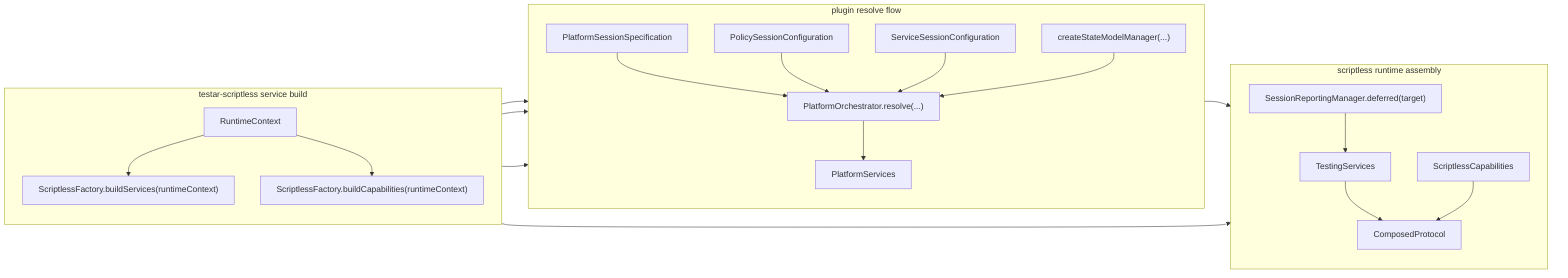
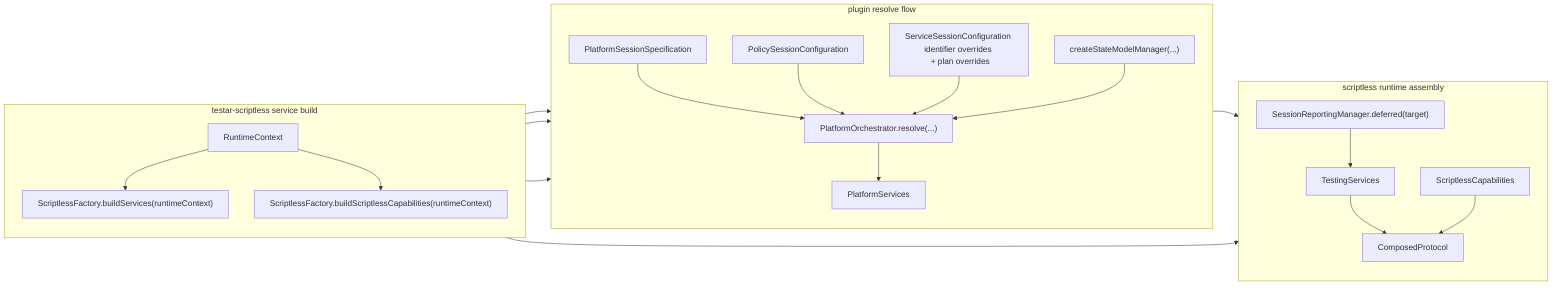
flowchart LR

    subgraph ScriptlessEntry["testar-scriptless service build"]
        direction TB
        RuntimeContext["RuntimeContext"]
        BuildServices["ScriptlessFactory.buildServices(runtimeContext)"]
-         BuildCapabilities["ScriptlessFactory.buildCapabilities(runtimeContext)"]
+         BuildCapabilities["ScriptlessFactory.buildScriptlessCapabilities(runtimeContext)"]
    end

    subgraph PluginFlow["plugin resolve flow"]
        direction TB
        SessionSpec["PlatformSessionSpecification"]
        PolicyConfig["PolicySessionConfiguration"]
-         ServiceConfig["ServiceSessionConfiguration"]
+         ServiceConfig["ServiceSessionConfiguration identifier overrides <br> + plan overrides"]
        Resolve["PlatformOrchestrator.resolve(...)"]
        StateModelManager["createStateModelManager(...)"]
        PlatformServices["PlatformServices"]
    end

    subgraph ScriptlessAssembly["scriptless runtime assembly"]
        direction TB
        Reporting["SessionReportingManager.deferred(target)"]
        TestingServices["TestingServices"]
        ScriptlessCapabilities["ScriptlessCapabilities"]
        ComposedProtocol["ComposedProtocol"]

        Reporting --> TestingServices
        TestingServices --> ComposedProtocol
        ScriptlessCapabilities --> ComposedProtocol
    end

    RuntimeContext --> BuildServices
    RuntimeContext --> BuildCapabilities

    BuildServices --> SessionSpec
    BuildServices --> PolicyConfig
    BuildServices --> ServiceConfig

    SessionSpec --> Resolve
    PolicyConfig --> Resolve
    ServiceConfig --> Resolve
    StateModelManager --> Resolve

    Resolve --> PlatformServices

    PlatformServices --> TestingServices
    BuildCapabilities --> ScriptlessCapabilities

    PlatformServices ~~~ ScriptlessAssembly
